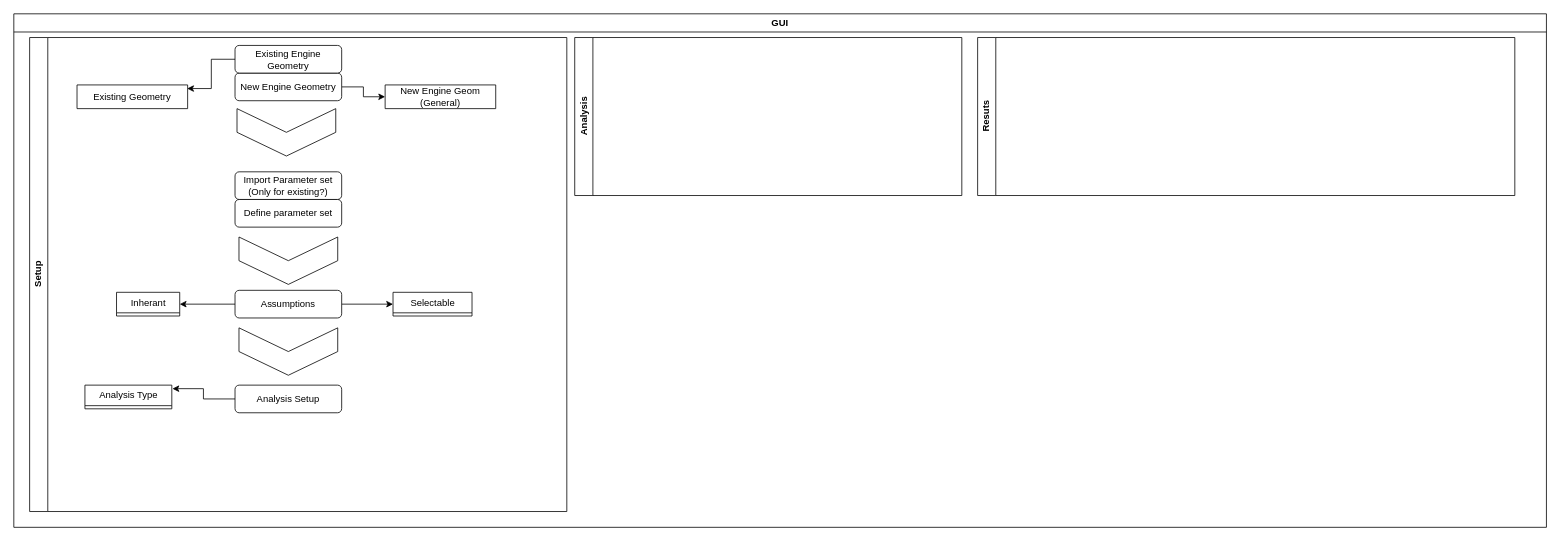
Above: 00_ProjectManagement/GUI_OrgChart.drawio in Cycon24/AeroSystems (draw.io), before the change. Source tidied: cells renumbered, new cells numbered last; positions are measured from the earlier drawing's top-left corner, leaving out a move shared by most shapes. Both pictures are drawn from the tidied source at 79%, with x=0, y=0 at pixel (13, 13).
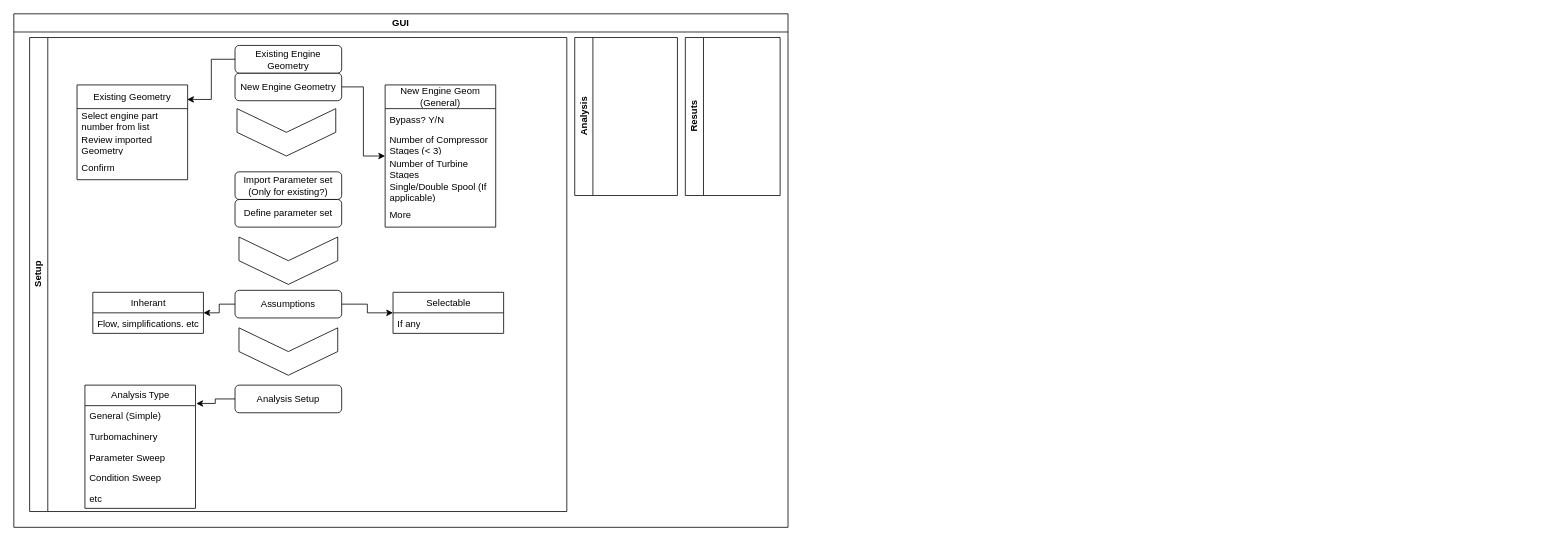
After the change.

Commit message (it also covers changes not shown here):
Updated database relations chart

Unchanged cells that the change refers to:
```xml
<mxCell id="3" value="Setup" style="swimlane;horizontal=0;whiteSpace=wrap;html=1;" parent="2" vertex="1">
  <mxGeometry x="20" y="30" width="680" height="600" as="geometry" />
</mxCell>
```

Diff of the diagram source:
```diff
@@
     <mxCell id="2" value="GUI" style="swimlane;whiteSpace=wrap;html=1;" parent="1" vertex="1">
-      <mxGeometry width="1940" height="650" as="geometry" />
+      <mxGeometry width="980" height="650" as="geometry" />
     </mxCell>
@@
-    <mxCell id="8" value="New Engine Geom (General)" style="swimlane;fontStyle=0;horizontal=1;startSize=30;whiteSpace=wrap;html=1;" parent="3" vertex="1" collapsed="1">
-      <mxGeometry x="450" y="60" width="140" height="30" as="geometry" />
+    <mxCell id="8" value="New Engine Geom (General)" style="swimlane;fontStyle=0;horizontal=1;startSize=30;whiteSpace=wrap;html=1;" parent="3" vertex="1">
+      <mxGeometry x="450" y="60" width="140" height="180" as="geometry" />
     </mxCell>
+    <mxCell id="25" value="Bypass? Y/N" style="text;strokeColor=none;fillColor=none;align=left;verticalAlign=middle;spacingLeft=4;spacingRight=4;overflow=hidden;whiteSpace=wrap;html=1;" parent="8" vertex="1">
+      <mxGeometry y="30" width="140" height="30" as="geometry" />
+    </mxCell>
+    <mxCell id="26" value="Number of Compressor Stages (&amp;lt; 3)" style="text;strokeColor=none;fillColor=none;align=left;verticalAlign=middle;spacingLeft=4;spacingRight=4;overflow=hidden;whiteSpace=wrap;html=1;" parent="8" vertex="1">
+      <mxGeometry y="60" width="140" height="30" as="geometry" />
+    </mxCell>
+    <mxCell id="27" value="Number of Turbine Stages&lt;br&gt;" style="text;strokeColor=none;fillColor=none;align=left;verticalAlign=middle;spacingLeft=4;spacingRight=4;overflow=hidden;whiteSpace=wrap;html=1;" parent="8" vertex="1">
+      <mxGeometry y="90" width="140" height="30" as="geometry" />
+    </mxCell>
+    <mxCell id="28" value="Single/Double Spool (If applicable)" style="text;strokeColor=none;fillColor=none;align=left;verticalAlign=middle;spacingLeft=4;spacingRight=4;overflow=hidden;whiteSpace=wrap;html=1;" parent="8" vertex="1">
+      <mxGeometry y="120" width="140" height="30" as="geometry" />
+    </mxCell>
+    <mxCell id="29" value="More" style="text;strokeColor=none;fillColor=none;align=left;verticalAlign=middle;spacingLeft=4;spacingRight=4;overflow=hidden;whiteSpace=wrap;html=1;" parent="8" vertex="1">
+      <mxGeometry y="150" width="140" height="30" as="geometry" />
+    </mxCell>
-    <mxCell id="9" value="Existing Geometry" style="swimlane;fontStyle=0;horizontal=1;startSize=30;whiteSpace=wrap;html=1;" parent="3" vertex="1" collapsed="1">
-      <mxGeometry x="60" y="60" width="140" height="30" as="geometry" />
+    <mxCell id="9" value="Existing Geometry" style="swimlane;fontStyle=0;horizontal=1;startSize=30;whiteSpace=wrap;html=1;" parent="3" vertex="1">
+      <mxGeometry x="60" y="60" width="140" height="120" as="geometry" />
     </mxCell>
+    <mxCell id="30" value="Select engine part number from list" style="text;strokeColor=none;fillColor=none;align=left;verticalAlign=middle;spacingLeft=4;spacingRight=4;overflow=hidden;whiteSpace=wrap;html=1;" parent="9" vertex="1">
+      <mxGeometry y="30" width="140" height="30" as="geometry" />
+    </mxCell>
+    <mxCell id="31" value="Review imported Geometry" style="text;strokeColor=none;fillColor=none;align=left;verticalAlign=middle;spacingLeft=4;spacingRight=4;overflow=hidden;whiteSpace=wrap;html=1;" parent="9" vertex="1">
+      <mxGeometry y="60" width="140" height="30" as="geometry" />
+    </mxCell>
+    <mxCell id="32" value="Confirm" style="text;strokeColor=none;fillColor=none;align=left;verticalAlign=middle;spacingLeft=4;spacingRight=4;overflow=hidden;whiteSpace=wrap;html=1;" parent="9" vertex="1">
+      <mxGeometry y="90" width="140" height="30" as="geometry" />
+    </mxCell>
@@
-    <mxCell id="18" value="Inherant" style="swimlane;fontStyle=0;horizontal=1;startSize=26;fillColor=none;html=1;" parent="3" vertex="1" collapsed="1">
-      <mxGeometry x="110" y="322.5" width="80" height="30" as="geometry" />
+    <mxCell id="18" value="Inherant" style="swimlane;fontStyle=0;horizontal=1;startSize=26;fillColor=none;html=1;" parent="3" vertex="1">
+      <mxGeometry x="80" y="322.5" width="140" height="52" as="geometry" />
     </mxCell>
+    <mxCell id="33" value="Flow, simplifications. etc" style="text;strokeColor=none;fillColor=none;align=left;verticalAlign=top;spacingLeft=4;spacingRight=4;overflow=hidden;whiteSpace=wrap;html=1;" parent="18" vertex="1">
+      <mxGeometry y="26" width="140" height="26" as="geometry" />
+    </mxCell>
-    <mxCell id="19" value="Selectable" style="swimlane;fontStyle=0;horizontal=1;startSize=26;fillColor=none;html=1;" parent="3" vertex="1" collapsed="1">
-      <mxGeometry x="460" y="322.5" width="100" height="30" as="geometry" />
+    <mxCell id="19" value="Selectable" style="swimlane;fontStyle=0;horizontal=1;startSize=26;fillColor=none;html=1;" parent="3" vertex="1">
+      <mxGeometry x="460" y="322.5" width="140" height="52" as="geometry" />
     </mxCell>
+    <mxCell id="34" value="If any" style="text;strokeColor=none;fillColor=none;align=left;verticalAlign=top;spacingLeft=4;spacingRight=4;overflow=hidden;whiteSpace=wrap;html=1;" parent="19" vertex="1">
+      <mxGeometry y="26" width="140" height="26" as="geometry" />
+    </mxCell>
@@
-    <mxCell id="22" value="Analysis Type" style="swimlane;fontStyle=0;horizontal=1;startSize=26;fillColor=none;html=1;" parent="3" vertex="1" collapsed="1">
-      <mxGeometry x="70" y="440" width="110" height="30" as="geometry" />
+    <mxCell id="22" value="Analysis Type" style="swimlane;fontStyle=0;horizontal=1;startSize=26;fillColor=none;html=1;" parent="3" vertex="1">
+      <mxGeometry x="70" y="440" width="140" height="156" as="geometry" />
     </mxCell>
+    <mxCell id="35" value="General (Simple)" style="text;strokeColor=none;fillColor=none;align=left;verticalAlign=top;spacingLeft=4;spacingRight=4;overflow=hidden;whiteSpace=wrap;html=1;" parent="22" vertex="1">
+      <mxGeometry y="26" width="140" height="26" as="geometry" />
+    </mxCell>
+    <mxCell id="36" value="Turbomachinery&amp;nbsp;" style="text;strokeColor=none;fillColor=none;align=left;verticalAlign=top;spacingLeft=4;spacingRight=4;overflow=hidden;whiteSpace=wrap;html=1;" parent="22" vertex="1">
+      <mxGeometry y="52" width="140" height="26" as="geometry" />
+    </mxCell>
+    <mxCell id="37" value="Parameter Sweep" style="text;strokeColor=none;fillColor=none;align=left;verticalAlign=top;spacingLeft=4;spacingRight=4;overflow=hidden;whiteSpace=wrap;html=1;" parent="22" vertex="1">
+      <mxGeometry y="78" width="140" height="26" as="geometry" />
+    </mxCell>
+    <mxCell id="38" value="Condition Sweep" style="text;strokeColor=none;fillColor=none;align=left;verticalAlign=top;spacingLeft=4;spacingRight=4;overflow=hidden;whiteSpace=wrap;html=1;" parent="22" vertex="1">
+      <mxGeometry y="104" width="140" height="26" as="geometry" />
+    </mxCell>
+    <mxCell id="39" value="etc" style="text;strokeColor=none;fillColor=none;align=left;verticalAlign=top;spacingLeft=4;spacingRight=4;overflow=hidden;whiteSpace=wrap;html=1;" parent="22" vertex="1">
+      <mxGeometry y="130" width="140" height="26" as="geometry" />
+    </mxCell>
     <mxCell id="23" value="Analysis" style="swimlane;horizontal=0;whiteSpace=wrap;html=1;" parent="2" vertex="1">
-      <mxGeometry x="710" y="30" width="490" height="200" as="geometry" />
+      <mxGeometry x="710" y="30" width="130" height="200" as="geometry" />
     </mxCell>
     <mxCell id="24" value="Resuts" style="swimlane;horizontal=0;whiteSpace=wrap;html=1;" parent="2" vertex="1">
-      <mxGeometry x="1220" y="30" width="680" height="200" as="geometry" />
+      <mxGeometry x="850" y="30" width="120" height="200" as="geometry" />
     </mxCell>
```
